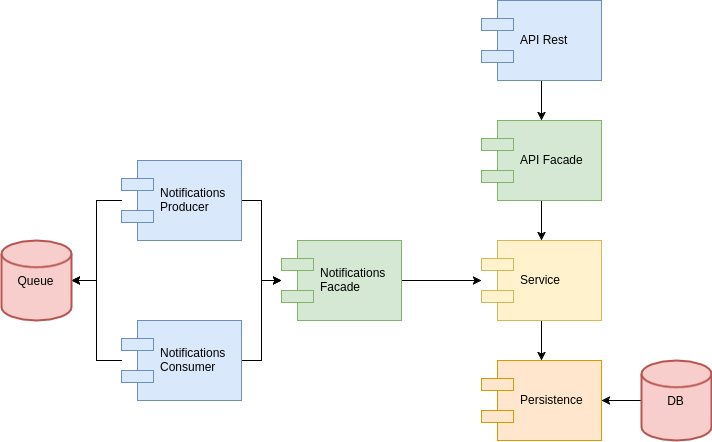
Biacode/rustyblog keeps this draw.io diagram as resources/img/rustyblog_basic_modules_architecture.png. Above is the earlier version. Source tidied: cells renumbered, new cells last; positions are measured from the earlier drawing's top-left corner, leaving out a move shared by most shapes.
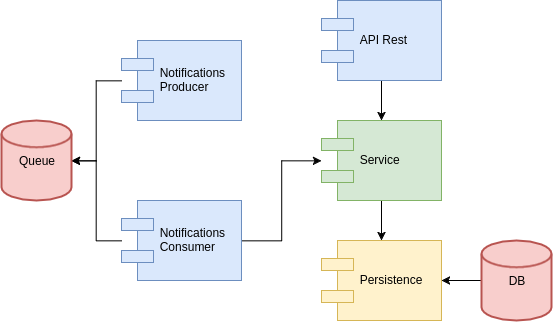
After the commit.

Commit message:
#15 Updated some project module structuring. Updated Architecture UML and Image

Change to the diagram source:
```diff
@@ -2,59 +2,44 @@
   <root>
     <mxCell id="0" />
     <mxCell id="1" parent="0" />
-    <mxCell id="2" value="Persistence" style="shape=component;align=left;spacingLeft=36;fillColor=#ffe6cc;strokeColor=#d79b00;" parent="1" vertex="1">
-      <mxGeometry x="480" y="360" width="120" height="80" as="geometry" />
+    <mxCell id="2" value="Persistence" style="shape=component;align=left;spacingLeft=36;fillColor=#fff2cc;strokeColor=#d6b656;" parent="1" vertex="1">
+      <mxGeometry x="470" y="360" width="120" height="80" as="geometry" />
     </mxCell>
     <mxCell id="3" style="edgeStyle=orthogonalEdgeStyle;rounded=0;html=1;jettySize=auto;" parent="1" edge="1" source="4" target="2">
       <mxGeometry relative="1" as="geometry" />
     </mxCell>
-    <mxCell id="4" value="Service" style="shape=component;align=left;spacingLeft=36;fillColor=#fff2cc;strokeColor=#d6b656;" parent="1" vertex="1">
-      <mxGeometry x="480" y="240" width="120" height="80" as="geometry" />
+    <mxCell id="4" value="Service" style="shape=component;align=left;spacingLeft=36;fillColor=#d5e8d4;strokeColor=#82b366;" parent="1" vertex="1">
+      <mxGeometry x="470" y="240" width="120" height="80" as="geometry" />
     </mxCell>
-    <mxCell id="5" style="edgeStyle=orthogonalEdgeStyle;rounded=0;html=1;jettySize=auto;" parent="1" edge="1" source="6" target="4">
-      <mxGeometry relative="1" as="geometry" />
-    </mxCell>
-    <mxCell id="6" value="API Facade" style="shape=component;align=left;spacingLeft=36;fillColor=#d5e8d4;strokeColor=#82b366;" parent="1" vertex="1">
-      <mxGeometry x="480" y="120" width="120" height="80" as="geometry" />
-    </mxCell>
-    <mxCell id="7" style="edgeStyle=orthogonalEdgeStyle;rounded=0;html=1;jettySize=auto;" parent="1" edge="1" source="8" target="6">
-      <mxGeometry relative="1" as="geometry" />
-    </mxCell>
+    <mxCell id="20" style="edgeStyle=orthogonalEdgeStyle;rounded=0;html=1;jettySize=auto;" parent="1" edge="1" source="8" target="4">
+      <mxGeometry relative="1" as="geometry" />
+    </mxCell>
     <mxCell id="8" value="API Rest" style="shape=component;align=left;spacingLeft=36;fillColor=#dae8fc;strokeColor=#6c8ebf;" parent="1" vertex="1">
-      <mxGeometry x="480" width="120" height="80" as="geometry" />
+      <mxGeometry x="470" y="120" width="120" height="80" as="geometry" />
     </mxCell>
     <mxCell id="9" style="edgeStyle=orthogonalEdgeStyle;rounded=0;html=1;jettySize=auto;" parent="1" edge="1" source="10" target="2">
       <mxGeometry relative="1" as="geometry" />
     </mxCell>
     <mxCell id="10" value="DB" style="strokeWidth=2;html=1;shape=mxgraph.flowchart.database;whiteSpace=wrap;fillColor=#f8cecc;strokeColor=#b85450;" parent="1" vertex="1">
-      <mxGeometry x="640" y="360" width="70" height="80" as="geometry" />
+      <mxGeometry x="630" y="360" width="70" height="80" as="geometry" />
     </mxCell>
-    <mxCell id="11" style="edgeStyle=orthogonalEdgeStyle;rounded=0;html=1;jettySize=auto;" parent="1" edge="1" source="12" target="4">
-      <mxGeometry relative="1" as="geometry" />
-    </mxCell>
-    <mxCell id="12" value="Notifications&#10;Facade" style="shape=component;align=left;spacingLeft=36;fillColor=#d5e8d4;strokeColor=#82b366;" parent="1" vertex="1">
-      <mxGeometry x="280" y="240" width="120" height="80" as="geometry" />
-    </mxCell>
-    <mxCell id="13" style="edgeStyle=orthogonalEdgeStyle;rounded=0;html=1;jettySize=auto;" parent="1" edge="1" source="15" target="12">
-      <mxGeometry relative="1" as="geometry" />
-    </mxCell>
     <mxCell id="14" style="edgeStyle=orthogonalEdgeStyle;rounded=0;html=1;jettySize=auto;" parent="1" edge="1" source="15" target="19">
       <mxGeometry relative="1" as="geometry" />
     </mxCell>
     <mxCell id="15" value="Notifications&#10;Producer" style="shape=component;align=left;spacingLeft=36;fillColor=#dae8fc;strokeColor=#6c8ebf;" parent="1" vertex="1">
-      <mxGeometry x="120" y="160" width="120" height="80" as="geometry" />
+      <mxGeometry x="270" y="160" width="120" height="80" as="geometry" />
     </mxCell>
-    <mxCell id="16" style="edgeStyle=orthogonalEdgeStyle;rounded=0;html=1;jettySize=auto;" parent="1" edge="1" source="18" target="12">
-      <mxGeometry relative="1" as="geometry" />
-    </mxCell>
     <mxCell id="17" style="edgeStyle=orthogonalEdgeStyle;rounded=0;html=1;jettySize=auto;" parent="1" edge="1" source="18" target="19">
       <mxGeometry relative="1" as="geometry" />
     </mxCell>
+    <mxCell id="21" style="edgeStyle=orthogonalEdgeStyle;rounded=0;html=1;jettySize=auto;" parent="1" edge="1" source="18" target="4">
+      <mxGeometry relative="1" as="geometry" />
+    </mxCell>
     <mxCell id="18" value="Notifications&#10;Consumer" style="shape=component;align=left;spacingLeft=36;fillColor=#dae8fc;strokeColor=#6c8ebf;" parent="1" vertex="1">
-      <mxGeometry x="120" y="320" width="120" height="80" as="geometry" />
+      <mxGeometry x="270" y="320" width="120" height="80" as="geometry" />
     </mxCell>
     <mxCell id="19" value="Queue" style="strokeWidth=2;html=1;shape=mxgraph.flowchart.database;whiteSpace=wrap;fillColor=#f8cecc;strokeColor=#b85450;" parent="1" vertex="1">
-      <mxGeometry y="240" width="70" height="80" as="geometry" />
+      <mxGeometry x="150" y="240" width="70" height="80" as="geometry" />
     </mxCell>
   </root>
 </mxGraphModel>
```
